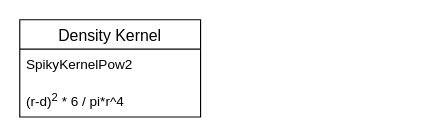
Above: Fluid_Simulation.drawio in RiemannLee19/UMLs (draw.io), before the change. Source tidied: cells renumbered, new cells numbered last; positions are measured from the earlier drawing's top-left corner, leaving out a move shared by most shapes. Both pictures are drawn from the tidied source at 113%, with x=0, y=0 at pixel (19, 19).
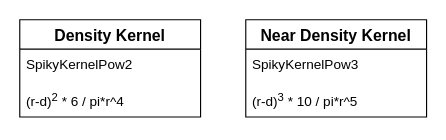
Above is the later version.

The edit, as a diff of the source:
```diff
@@
 <mxGraphModel>
   <root>
     <mxCell id="0" />
     <mxCell id="1" parent="0" />
-    <mxCell id="2" value="Density Kernel" style="swimlane;fontStyle=0;horizontal=1;startSize=26;align=center;fontSize=14;" parent="1" vertex="1">
+    <mxCell id="2" value="Density Kernel" style="swimlane;fontStyle=1;horizontal=1;startSize=26;align=center;fontSize=14;" parent="1" vertex="1">
       <mxGeometry width="160" height="86" as="geometry" />
     </mxCell>
     <mxCell id="3" value="SpikyKernelPow2" style="text;strokeColor=none;fillColor=none;spacingLeft=4;spacingRight=4;overflow=hidden;fontSize=12;whiteSpace=wrap;html=1;" parent="2" vertex="1">
       <mxGeometry y="26" width="160" height="30" as="geometry" />
     </mxCell>
     <mxCell id="4" value="(r-d)&lt;sup&gt;2&lt;/sup&gt; * 6 / pi*r^4&lt;span class=&quot;eusoft-eudic-chrome-extension-translate-content&quot;&gt;&lt;/span&gt;" style="text;strokeColor=none;fillColor=none;spacingLeft=4;spacingRight=4;overflow=hidden;fontSize=12;whiteSpace=wrap;html=1;" parent="2" vertex="1">
       <mxGeometry y="56" width="160" height="30" as="geometry" />
     </mxCell>
+    <mxCell id="5" value="Near Density Kernel" style="swimlane;fontStyle=1;horizontal=1;startSize=26;align=center;fontSize=14;" parent="1" vertex="1">
+      <mxGeometry x="200" width="160" height="86" as="geometry" />
+    </mxCell>
+    <mxCell id="6" value="SpikyKernelPow3" style="text;strokeColor=none;fillColor=none;spacingLeft=4;spacingRight=4;overflow=hidden;fontSize=12;whiteSpace=wrap;html=1;" parent="5" vertex="1">
+      <mxGeometry y="26" width="160" height="30" as="geometry" />
+    </mxCell>
+    <mxCell id="7" value="(r-d)&lt;sup&gt;3&lt;/sup&gt; * 10 / pi*r^5&lt;span class=&quot;eusoft-eudic-chrome-extension-translate-content&quot;&gt;&lt;/span&gt;" style="text;strokeColor=none;fillColor=none;spacingLeft=4;spacingRight=4;overflow=hidden;fontSize=12;whiteSpace=wrap;html=1;" parent="5" vertex="1">
+      <mxGeometry y="56" width="160" height="30" as="geometry" />
+    </mxCell>
   </root>
 </mxGraphModel>
```
